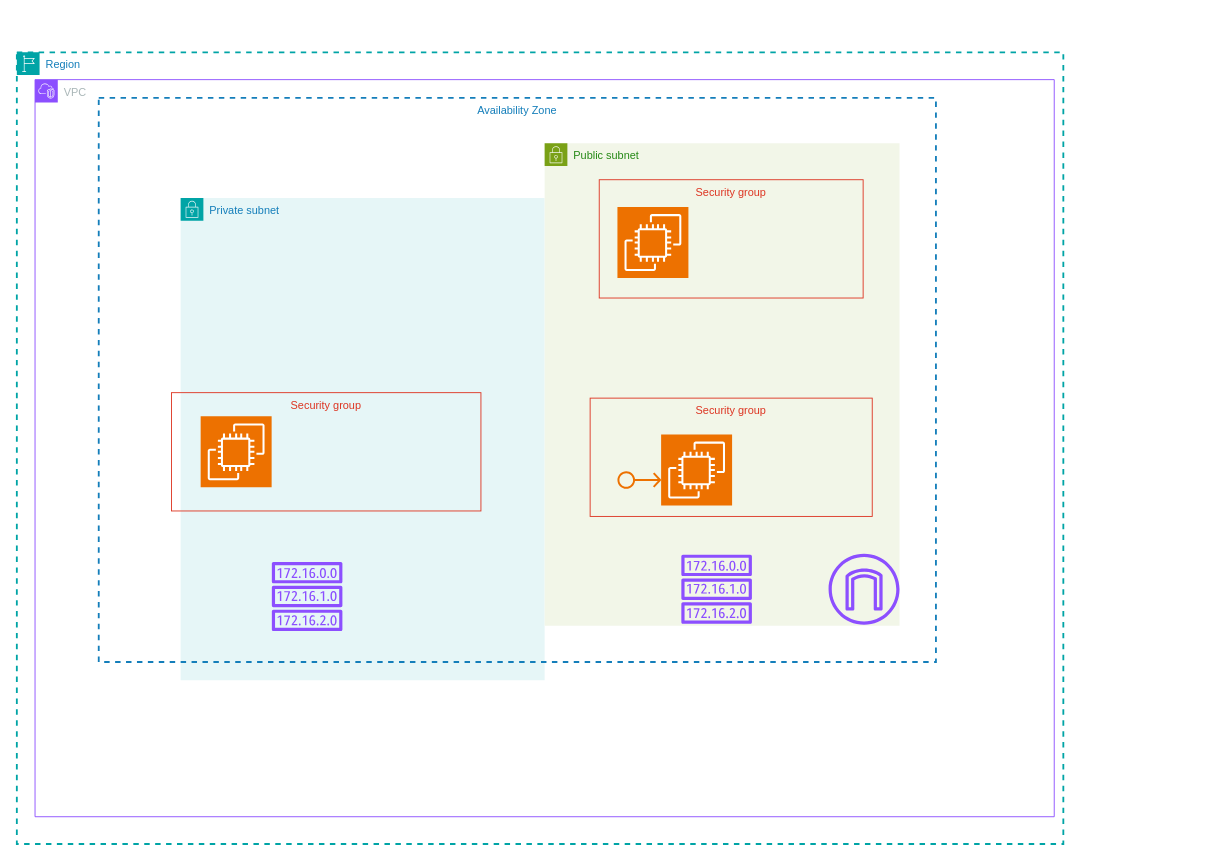
This is aws/Untitled Diagram.drawio from lekhrajdinkar/02-spring, a draw.io file, before an edit. Source tidied: cells renumbered, new cells numbered last; positions are measured from the earlier drawing's top-left corner, leaving out a move shared by most shapes. Both pictures are drawn from the tidied source at 91%, with x=0, y=0 at pixel (16, 52).
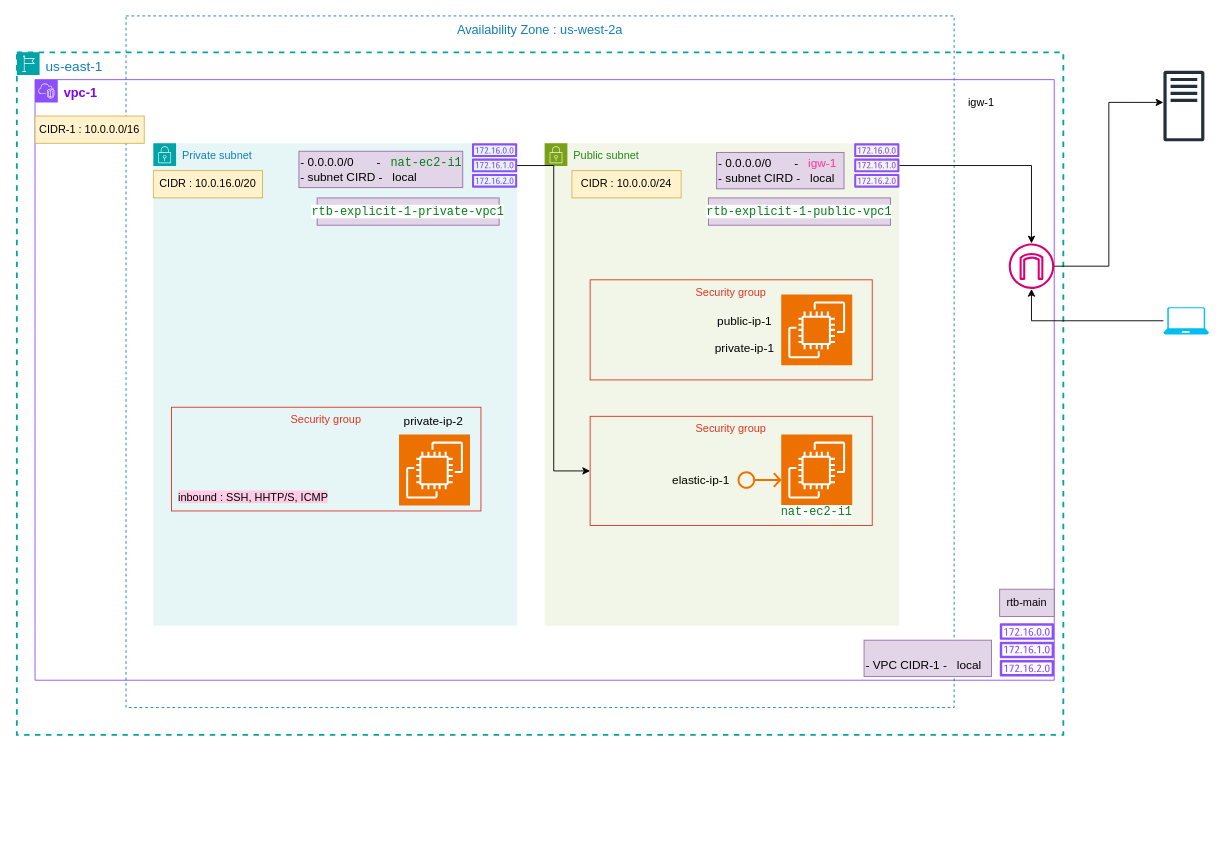
After the change.

Unchanged cells that the change refers to:
```xml
<mxCell id="6" value="Public subnet" style="gradientColor=none;html=1;whiteSpace=wrap;fontSize=12;fontStyle=0;shape=mxgraph.aws4.group;grIcon=mxgraph.aws4.group_security_group;grStroke=0;strokeColor=#7AA116;fillColor=#F2F6E8;verticalAlign=top;align=left;spacingLeft=30;fontColor=#248814;dashed=0;" parent="4" vertex="1">
  <mxGeometry x="580" y="100" width="390" height="530" as="geometry" />
</mxCell>
```

What changed in the source:
```diff
@@
-    <mxCell id="2" value="VPC" style="gradientColor=none;html=1;whiteSpace=wrap;fontSize=12;fontStyle=0;shape=mxgraph.aws4.group;grIcon=mxgraph.aws4.group_vpc2;strokeColor=#8C4FFF;fillColor=none;verticalAlign=top;align=left;spacingLeft=30;fontColor=#AAB7B8;dashed=0;" parent="1" vertex="1">
-      <mxGeometry x="20" y="30" width="1120" height="810" as="geometry" />
+    <mxCell id="2" value="&lt;font color=&quot;#7f00ff&quot; style=&quot;font-size: 14px;&quot;&gt;&lt;b&gt;vpc-1&lt;/b&gt;&lt;/font&gt;" style="gradientColor=none;html=1;whiteSpace=wrap;fontSize=12;fontStyle=0;shape=mxgraph.aws4.group;grIcon=mxgraph.aws4.group_vpc2;strokeColor=#8C4FFF;fillColor=none;verticalAlign=top;align=left;spacingLeft=30;fontColor=#AAB7B8;dashed=0;" parent="1" vertex="1">
+      <mxGeometry x="20" y="30" width="1120" height="660" as="geometry" />
     </mxCell>
+    <mxCell id="4" value="&lt;font style=&quot;font-size: 15px;&quot;&gt;us-east-1&amp;nbsp;&lt;/font&gt;" style="gradientColor=none;html=1;whiteSpace=wrap;fontSize=12;fontStyle=0;shape=mxgraph.aws4.group;grIcon=mxgraph.aws4.group_region;strokeColor=#00A4A6;fillColor=none;verticalAlign=top;align=left;spacingLeft=30;fontColor=#147EBA;dashed=1;strokeWidth=2;" parent="1" vertex="1">
+      <mxGeometry width="1150" height="750" as="geometry" />
+    </mxCell>
+    <mxCell id="17" value="&lt;font style=&quot;font-size: 14px;&quot;&gt;Availability Zone : us-west-2a&lt;/font&gt;&lt;div style=&quot;font-size: 14px;&quot;&gt;&lt;br&gt;&lt;/div&gt;" style="fillColor=none;strokeColor=#147EBA;dashed=1;verticalAlign=top;fontStyle=0;fontColor=#147EBA;whiteSpace=wrap;html=1;" parent="4" vertex="1">
+      <mxGeometry x="120" y="-40" width="910" height="760" as="geometry" />
+    </mxCell>
-    <mxCell id="3" value="Private subnet" style="gradientColor=none;html=1;whiteSpace=wrap;fontSize=12;fontStyle=0;shape=mxgraph.aws4.group;grIcon=mxgraph.aws4.group_security_group;grStroke=0;strokeColor=#00A4A6;fillColor=#E6F6F7;verticalAlign=top;align=left;spacingLeft=30;fontColor=#147EBA;dashed=0;" parent="1" vertex="1">
-      <mxGeometry x="180" y="160" width="400" height="530" as="geometry" />
+    <mxCell id="3" value="Private subnet" style="gradientColor=none;html=1;whiteSpace=wrap;fontSize=12;fontStyle=0;shape=mxgraph.aws4.group;grIcon=mxgraph.aws4.group_security_group;grStroke=0;strokeColor=#00A4A6;fillColor=#E6F6F7;verticalAlign=top;align=left;spacingLeft=30;fontColor=#147EBA;dashed=0;" parent="4" vertex="1">
+      <mxGeometry x="150" y="100" width="400" height="530" as="geometry" />
     </mxCell>
-    <mxCell id="4" value="Region" style="gradientColor=none;html=1;whiteSpace=wrap;fontSize=12;fontStyle=0;shape=mxgraph.aws4.group;grIcon=mxgraph.aws4.group_region;strokeColor=#00A4A6;fillColor=none;verticalAlign=top;align=left;spacingLeft=30;fontColor=#147EBA;dashed=1;strokeWidth=2;" parent="1" vertex="1">
-      <mxGeometry width="1150" height="870" as="geometry" />
-    </mxCell>
-    <mxCell id="5" value="Availability Zone" style="fillColor=none;strokeColor=#147EBA;dashed=1;verticalAlign=top;fontStyle=0;fontColor=#147EBA;whiteSpace=wrap;html=1;strokeWidth=2;" parent="4" vertex="1">
-      <mxGeometry x="90" y="50" width="920" height="620" as="geometry" />
-    </mxCell>
+    <mxCell id="12" style="sketch=0;outlineConnect=0;fontColor=#232F3E;gradientColor=none;fillColor=#8C4FFF;strokeColor=none;dashed=0;verticalLabelPosition=bottom;verticalAlign=top;align=center;html=1;fontSize=12;fontStyle=0;shape=mxgraph.aws4.route_table;" parent="3" vertex="1">
+      <mxGeometry x="350" width="50" height="48.7" as="geometry" />
+    </mxCell>
+    <mxCell id="18" value="CIDR : 10.0.16.0/20" style="text;html=1;align=center;verticalAlign=middle;whiteSpace=wrap;rounded=0;fillColor=#fff2cc;strokeColor=#d6b656;" parent="3" vertex="1">
+      <mxGeometry y="30" width="120" height="30" as="geometry" />
+    </mxCell>
+    <mxCell id="19" value="&lt;font style=&quot;font-size: 13px;&quot;&gt;- 0.0.0.0/0&amp;nbsp; &amp;nbsp; &amp;nbsp; &amp;nbsp;-&amp;nbsp; &amp;nbsp;&lt;/font&gt;&lt;span style=&quot;color: rgb(6, 125, 23); font-family: &amp;quot;JetBrains Mono&amp;quot;, monospace; font-size: 9.8pt; text-align: center; background-color: initial;&quot;&gt;nat-ec2-i1&lt;/span&gt;&lt;div style=&quot;font-size: 13px;&quot;&gt;&lt;font style=&quot;font-size: 13px;&quot;&gt;- subnet CIRD -&amp;nbsp; &amp;nbsp;local&lt;/font&gt;&lt;/div&gt;" style="text;html=1;align=left;verticalAlign=middle;whiteSpace=wrap;rounded=0;fillColor=#e1d5e7;strokeColor=#9673a6;" parent="3" vertex="1">
+      <mxGeometry x="160" y="8.7" width="180" height="40" as="geometry" />
+    </mxCell>
@@
     <mxCell id="7" value="Security group" style="fillColor=none;strokeColor=#DD3522;verticalAlign=top;fontStyle=0;fontColor=#DD3522;whiteSpace=wrap;html=1;" parent="6" vertex="1">
-      <mxGeometry x="50" y="280" width="310" height="130" as="geometry" />
+      <mxGeometry x="50" y="300" width="310" height="120" as="geometry" />
     </mxCell>
     <mxCell id="8" style="sketch=0;fontColor=#232F3E;fillColor=#ED7100;strokeColor=#ffffff;dashed=0;verticalLabelPosition=bottom;verticalAlign=top;align=center;html=1;fontSize=12;fontStyle=0;shape=mxgraph.aws4.resourceIcon;resIcon=mxgraph.aws4.ec2;" parent="6" vertex="1">
-      <mxGeometry x="128" y="320" width="78" height="78" as="geometry" />
+      <mxGeometry x="260" y="320" width="78" height="78" as="geometry" />
     </mxCell>
     <mxCell id="9" style="sketch=0;fontColor=#232F3E;gradientColor=none;fillColor=#ED7100;strokeColor=none;dashed=0;verticalLabelPosition=bottom;verticalAlign=top;align=center;html=1;fontSize=12;fontStyle=0;shape=mxgraph.aws4.elastic_ip_address;" parent="6" vertex="1">
-      <mxGeometry x="80" y="360" width="48" height="20" as="geometry" />
+      <mxGeometry x="212" y="360" width="48" height="20" as="geometry" />
     </mxCell>
-    <mxCell id="10" value="Security group" style="fillColor=none;strokeColor=#DD3522;verticalAlign=top;fontStyle=0;fontColor=#DD3522;whiteSpace=wrap;html=1;" parent="4" vertex="1">
-      <mxGeometry x="640" y="140" width="290" height="130" as="geometry" />
+    <mxCell id="10" value="Security group" style="fillColor=none;strokeColor=#DD3522;verticalAlign=top;fontStyle=0;fontColor=#DD3522;whiteSpace=wrap;html=1;" parent="6" vertex="1">
+      <mxGeometry x="50" y="150" width="310" height="110" as="geometry" />
     </mxCell>
+    <mxCell id="13" style="sketch=0;fontColor=#232F3E;fillColor=#ED7100;strokeColor=#ffffff;dashed=0;verticalLabelPosition=bottom;verticalAlign=top;align=center;html=1;fontSize=12;fontStyle=0;shape=mxgraph.aws4.resourceIcon;resIcon=mxgraph.aws4.ec2;" parent="6" vertex="1">
+      <mxGeometry x="260" y="166" width="78" height="78" as="geometry" />
+    </mxCell>
+    <mxCell id="20" value="&lt;div style=&quot;background-color:#ffffff;color:#080808&quot;&gt;&lt;pre style=&quot;font-family:'JetBrains Mono',monospace;font-size:9.8pt;&quot;&gt;&lt;span style=&quot;color:#067d17;&quot;&gt;nat-ec2-i1&lt;/span&gt;&lt;/pre&gt;&lt;/div&gt;" style="text;html=1;align=center;verticalAlign=middle;whiteSpace=wrap;rounded=0;" parent="6" vertex="1">
+      <mxGeometry x="269" y="390" width="60" height="30" as="geometry" />
+    </mxCell>
+    <mxCell id="21" value="&lt;font style=&quot;font-size: 13px;&quot;&gt;elastic-ip-1&lt;/font&gt;" style="text;html=1;align=center;verticalAlign=middle;whiteSpace=wrap;rounded=0;" parent="6" vertex="1">
+      <mxGeometry x="132" y="355" width="80" height="30" as="geometry" />
+    </mxCell>
+    <mxCell id="22" value="&lt;font style=&quot;font-size: 13px;&quot;&gt;public-ip-1&lt;/font&gt;" style="text;html=1;align=center;verticalAlign=middle;whiteSpace=wrap;rounded=0;" parent="6" vertex="1">
+      <mxGeometry x="180" y="180" width="80" height="30" as="geometry" />
+    </mxCell>
+    <mxCell id="23" value="&lt;font style=&quot;font-size: 13px;&quot;&gt;private-ip-1&lt;/font&gt;" style="text;html=1;align=center;verticalAlign=middle;whiteSpace=wrap;rounded=0;" parent="6" vertex="1">
+      <mxGeometry x="180" y="210" width="80" height="30" as="geometry" />
+    </mxCell>
+    <mxCell id="24" value="CIDR : 10.0.0.0/24" style="text;html=1;align=center;verticalAlign=middle;whiteSpace=wrap;rounded=0;fillColor=#fff2cc;strokeColor=#d6b656;" parent="6" vertex="1">
+      <mxGeometry x="30" y="30" width="120" height="30" as="geometry" />
+    </mxCell>
+    <mxCell id="25" value="&lt;font style=&quot;font-size: 13px;&quot;&gt;- 0.0.0.0/0&amp;nbsp; &amp;nbsp; &amp;nbsp; &amp;nbsp;-&amp;nbsp; &amp;nbsp;&lt;font color=&quot;#ff3399&quot;&gt;igw-1&lt;/font&gt;&lt;/font&gt;&lt;div style=&quot;font-size: 13px;&quot;&gt;&lt;font style=&quot;font-size: 13px;&quot;&gt;- subnet CIRD -&amp;nbsp; &amp;nbsp;local&lt;/font&gt;&lt;/div&gt;" style="text;html=1;align=left;verticalAlign=middle;whiteSpace=wrap;rounded=0;fillColor=#e1d5e7;strokeColor=#9673a6;" parent="6" vertex="1">
+      <mxGeometry x="189" y="10" width="140" height="40" as="geometry" />
+    </mxCell>
+    <mxCell id="26" value="&lt;div style=&quot;background-color:#ffffff;color:#080808&quot;&gt;&lt;pre style=&quot;font-family:'JetBrains Mono',monospace;font-size:9.8pt;&quot;&gt;&lt;span style=&quot;color:#067d17;&quot;&gt;rtb-explicit-1-public-vpc1&lt;/span&gt;&lt;/pre&gt;&lt;/div&gt;" style="text;html=1;align=center;verticalAlign=middle;whiteSpace=wrap;rounded=0;fillColor=#e1d5e7;strokeColor=#9673a6;" parent="6" vertex="1">
+      <mxGeometry x="180" y="60" width="200" height="30" as="geometry" />
+    </mxCell>
+    <mxCell id="27" style="edgeStyle=orthogonalEdgeStyle;rounded=0;jettySize=auto;html=1;" parent="4" edge="1" source="11" target="16">
+      <mxGeometry relative="1" as="geometry" />
+    </mxCell>
     <mxCell id="11" style="sketch=0;outlineConnect=0;fontColor=#232F3E;gradientColor=none;fillColor=#8C4FFF;strokeColor=none;dashed=0;verticalLabelPosition=bottom;verticalAlign=top;align=center;html=1;fontSize=12;fontStyle=0;shape=mxgraph.aws4.route_table;" parent="4" vertex="1">
-      <mxGeometry x="730" y="552" width="78" height="76" as="geometry" />
+      <mxGeometry x="920" y="100" width="50" height="48.7" as="geometry" />
     </mxCell>
-    <mxCell id="12" style="sketch=0;outlineConnect=0;fontColor=#232F3E;gradientColor=none;fillColor=#8C4FFF;strokeColor=none;dashed=0;verticalLabelPosition=bottom;verticalAlign=top;align=center;html=1;fontSize=12;fontStyle=0;shape=mxgraph.aws4.route_table;" parent="4" vertex="1">
-      <mxGeometry x="280" y="560" width="78" height="76" as="geometry" />
-    </mxCell>
-    <mxCell id="13" style="sketch=0;fontColor=#232F3E;fillColor=#ED7100;strokeColor=#ffffff;dashed=0;verticalLabelPosition=bottom;verticalAlign=top;align=center;html=1;fontSize=12;fontStyle=0;shape=mxgraph.aws4.resourceIcon;resIcon=mxgraph.aws4.ec2;" parent="4" vertex="1">
-      <mxGeometry x="660" y="170" width="78" height="78" as="geometry" />
-    </mxCell>
     <mxCell id="14" value="Security group" style="fillColor=none;strokeColor=#DD3522;verticalAlign=top;fontStyle=0;fontColor=#DD3522;whiteSpace=wrap;html=1;" parent="4" vertex="1">
-      <mxGeometry x="170" y="374" width="340" height="130" as="geometry" />
+      <mxGeometry x="170" y="390" width="340" height="114" as="geometry" />
     </mxCell>
     <mxCell id="15" style="sketch=0;fontColor=#232F3E;fillColor=#ED7100;strokeColor=#ffffff;dashed=0;verticalLabelPosition=bottom;verticalAlign=top;align=center;html=1;fontSize=12;fontStyle=0;shape=mxgraph.aws4.resourceIcon;resIcon=mxgraph.aws4.ec2;" parent="4" vertex="1">
-      <mxGeometry x="202" y="400" width="78" height="78" as="geometry" />
+      <mxGeometry x="420" y="420" width="78" height="78" as="geometry" />
     </mxCell>
-    <mxCell id="16" style="sketch=0;outlineConnect=0;fontColor=#232F3E;gradientColor=none;fillColor=#8C4FFF;strokeColor=none;dashed=0;verticalLabelPosition=bottom;verticalAlign=top;align=center;html=1;fontSize=12;fontStyle=0;shape=mxgraph.aws4.internet_gateway;" parent="4" vertex="1">
-      <mxGeometry x="892" y="551" width="78" height="78" as="geometry" />
+    <mxCell id="16" style="sketch=0;outlineConnect=0;fillColor=#d80073;strokeColor=#A50040;dashed=0;verticalLabelPosition=bottom;verticalAlign=top;align=center;html=1;fontSize=12;fontStyle=0;shape=mxgraph.aws4.internet_gateway;fontColor=#ffffff;" parent="4" vertex="1">
+      <mxGeometry x="1090" y="210" width="50" height="50" as="geometry" />
     </mxCell>
+    <mxCell id="28" style="edgeStyle=orthogonalEdgeStyle;rounded=0;jettySize=auto;html=1;entryX=0;entryY=0.5;entryDx=0;entryDy=0;" parent="4" edge="1" source="12" target="7">
+      <mxGeometry relative="1" as="geometry" />
+    </mxCell>
+    <mxCell id="29" value="&lt;font style=&quot;font-size: 13px;&quot;&gt;private-ip-2&lt;/font&gt;" style="text;html=1;align=center;verticalAlign=middle;whiteSpace=wrap;rounded=0;" parent="4" vertex="1">
+      <mxGeometry x="418" y="390" width="80" height="30" as="geometry" />
+    </mxCell>
+    <mxCell id="30" style="sketch=0;fontColor=#232F3E;gradientColor=none;fillColor=#8C4FFF;strokeColor=none;dashed=0;verticalLabelPosition=bottom;verticalAlign=top;align=center;html=1;fontSize=12;fontStyle=0;shape=mxgraph.aws4.route_table;" parent="4" vertex="1">
+      <mxGeometry x="1080" y="627.5" width="60" height="58.5" as="geometry" />
+    </mxCell>
+    <mxCell id="31" value="rtb-main" style="text;html=1;align=center;verticalAlign=middle;whiteSpace=wrap;rounded=0;fillColor=#e1d5e7;strokeColor=#9673a6;" parent="4" vertex="1">
+      <mxGeometry x="1080" y="590" width="60" height="30" as="geometry" />
+    </mxCell>
+    <mxCell id="32" value="igw-1" style="text;html=1;align=center;verticalAlign=middle;whiteSpace=wrap;rounded=0;" parent="4" vertex="1">
+      <mxGeometry x="1030" y="40" width="60" height="30" as="geometry" />
+    </mxCell>
+    <mxCell id="33" value="&lt;span style=&quot;background-color: rgb(255, 204, 230);&quot;&gt;inbound : SSH, HHTP/S, ICMP&lt;/span&gt;" style="text;html=1;align=center;verticalAlign=middle;whiteSpace=wrap;rounded=0;" parent="4" vertex="1">
+      <mxGeometry x="170" y="474" width="180" height="30" as="geometry" />
+    </mxCell>
+    <mxCell id="34" value="CIDR-1 : 10.0.0.0/16" style="text;html=1;align=center;verticalAlign=middle;whiteSpace=wrap;rounded=0;fillColor=#fff2cc;strokeColor=#d6b656;" parent="4" vertex="1">
+      <mxGeometry x="20" y="70" width="120" height="30" as="geometry" />
+    </mxCell>
+    <mxCell id="35" value="&lt;div style=&quot;background-color:#ffffff;color:#080808&quot;&gt;&lt;pre style=&quot;font-family:'JetBrains Mono',monospace;font-size:9.8pt;&quot;&gt;&lt;span style=&quot;color:#067d17;&quot;&gt;rtb-explicit-1-private-vpc1&lt;/span&gt;&lt;/pre&gt;&lt;/div&gt;" style="text;html=1;align=center;verticalAlign=middle;whiteSpace=wrap;rounded=0;fillColor=#e1d5e7;strokeColor=#9673a6;" parent="4" vertex="1">
+      <mxGeometry x="330" y="160" width="200" height="30" as="geometry" />
+    </mxCell>
+    <mxCell id="36" value="&lt;br&gt;&lt;div style=&quot;font-size: 13px;&quot;&gt;&lt;font style=&quot;font-size: 13px;&quot;&gt;- VPC CIDR-1 -&amp;nbsp; &amp;nbsp;local&lt;/font&gt;&lt;/div&gt;" style="text;html=1;align=left;verticalAlign=middle;whiteSpace=wrap;rounded=0;fillColor=#e1d5e7;strokeColor=#9673a6;" parent="4" vertex="1">
+      <mxGeometry x="931" y="646" width="140" height="40" as="geometry" />
+    </mxCell>
+    <mxCell id="37" style="sketch=0;outlineConnect=0;fontColor=#232F3E;gradientColor=none;fillColor=#232F3D;strokeColor=none;dashed=0;verticalLabelPosition=bottom;verticalAlign=top;align=center;html=1;fontSize=12;fontStyle=0;shape=mxgraph.aws4.traditional_server;" parent="1" vertex="1">
+      <mxGeometry x="1260" y="20" width="45" height="78" as="geometry" />
+    </mxCell>
+    <mxCell id="38" style="edgeStyle=orthogonalEdgeStyle;rounded=0;jettySize=auto;html=1;entryX=0;entryY=0.449;entryDx=0;entryDy=0;entryPerimeter=0;" parent="1" edge="1" source="16" target="37">
+      <mxGeometry relative="1" as="geometry" />
+    </mxCell>
+    <mxCell id="39" style="edgeStyle=orthogonalEdgeStyle;rounded=0;jettySize=auto;html=1;" parent="1" edge="1" source="40" target="16">
+      <mxGeometry relative="1" as="geometry" />
+    </mxCell>
+    <mxCell id="40" style="verticalLabelPosition=bottom;html=1;verticalAlign=top;align=center;strokeColor=none;fillColor=#00BEF2;shape=mxgraph.azure.laptop;" parent="1" vertex="1">
+      <mxGeometry x="1260" y="280" width="50" height="30" as="geometry" />
+    </mxCell>
```
